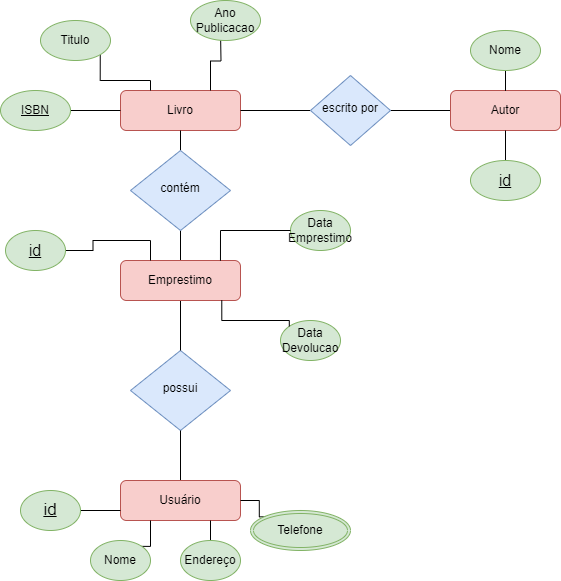
Earlier version of the draw.io export Exercicio3BD.drawio.png (d0pp3lg4nger/diagrams). Source tidied: cells renumbered, new cells last; positions are measured from the earlier drawing's top-left corner, leaving out a move shared by most shapes.
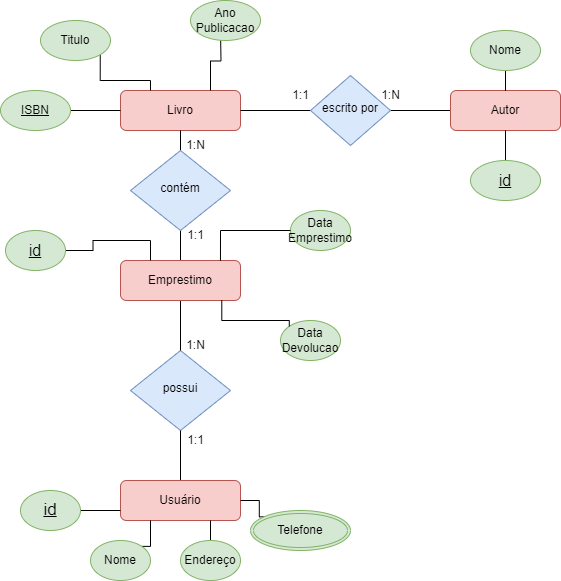
The same file after the commit.

What changed in the source:
```diff
@@ -127,5 +127,23 @@
     <mxCell id="38" style="edgeStyle=orthogonalEdgeStyle;rounded=0;jettySize=auto;html=1;exitX=0;exitY=0.5;exitDx=0;exitDy=0;entryX=0.833;entryY=0.005;entryDx=0;entryDy=0;entryPerimeter=0;endArrow=none;endFill=0;" parent="1" edge="1" source="28" target="6">
       <mxGeometry relative="1" as="geometry" />
     </mxCell>
+    <mxCell id="39" value="1:1" style="text;html=1;align=center;verticalAlign=middle;strokeColor=none;fillColor=none;" parent="1" vertex="1">
+      <mxGeometry x="175" y="425" width="40" height="30" as="geometry" />
+    </mxCell>
+    <mxCell id="40" value="1:N" style="text;html=1;align=center;verticalAlign=middle;strokeColor=none;fillColor=none;" parent="1" vertex="1">
+      <mxGeometry x="175" y="330" width="40" height="30" as="geometry" />
+    </mxCell>
+    <mxCell id="41" value="1:1" style="text;html=1;align=center;verticalAlign=middle;strokeColor=none;fillColor=none;" parent="1" vertex="1">
+      <mxGeometry x="175" y="220" width="40" height="30" as="geometry" />
+    </mxCell>
+    <mxCell id="42" value="1:N" style="text;html=1;align=center;verticalAlign=middle;strokeColor=none;fillColor=none;" parent="1" vertex="1">
+      <mxGeometry x="175" y="130" width="40" height="30" as="geometry" />
+    </mxCell>
+    <mxCell id="43" value="1:1" style="text;html=1;align=center;verticalAlign=middle;strokeColor=none;fillColor=none;" parent="1" vertex="1">
+      <mxGeometry x="280" y="80" width="40" height="30" as="geometry" />
+    </mxCell>
+    <mxCell id="44" value="1:N" style="text;html=1;align=center;verticalAlign=middle;strokeColor=none;fillColor=none;" parent="1" vertex="1">
+      <mxGeometry x="370" y="80" width="40" height="30" as="geometry" />
+    </mxCell>
   </root>
 </mxGraphModel>
```
